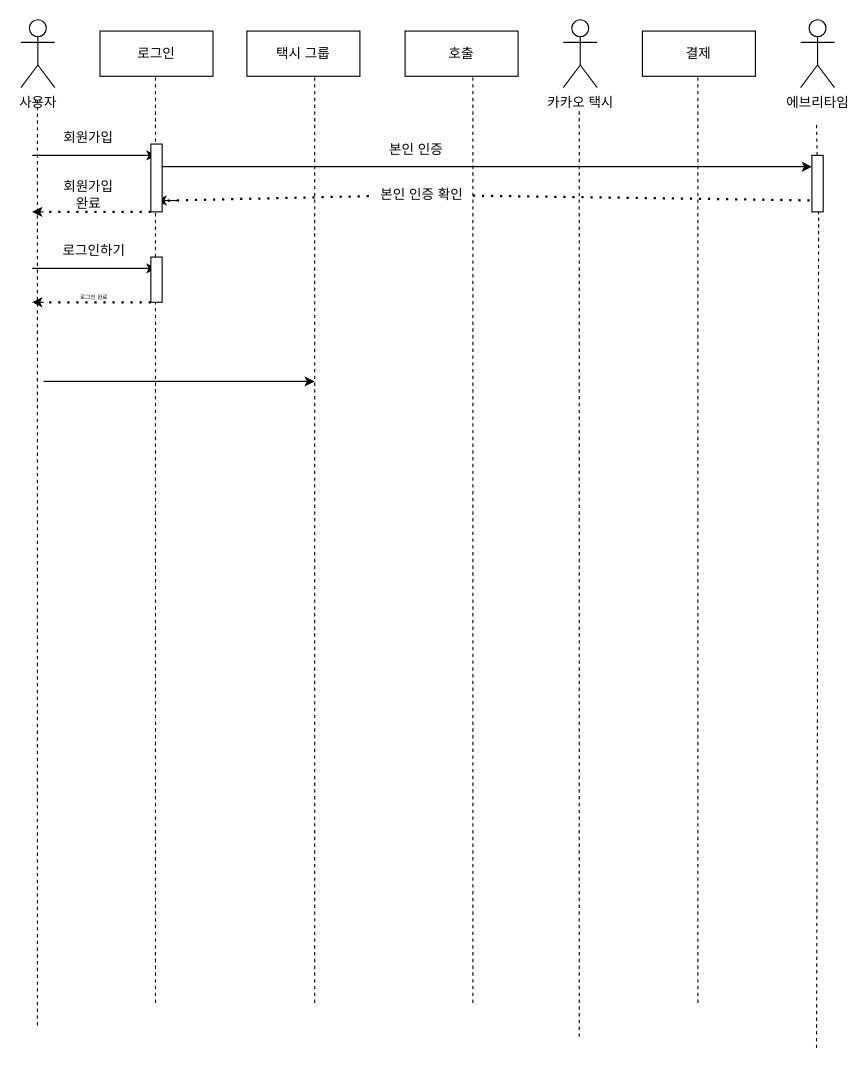
Above: 시퀀스 다이어그램.drawio in 0abcde0/Git-Tutorial (draw.io), before the change. Source tidied: cells renumbered, new cells numbered last; positions are measured from the earlier drawing's top-left corner, leaving out a move shared by most shapes. Both pictures are drawn from the tidied source at 113%, with x=0, y=0 at pixel (20, 19).
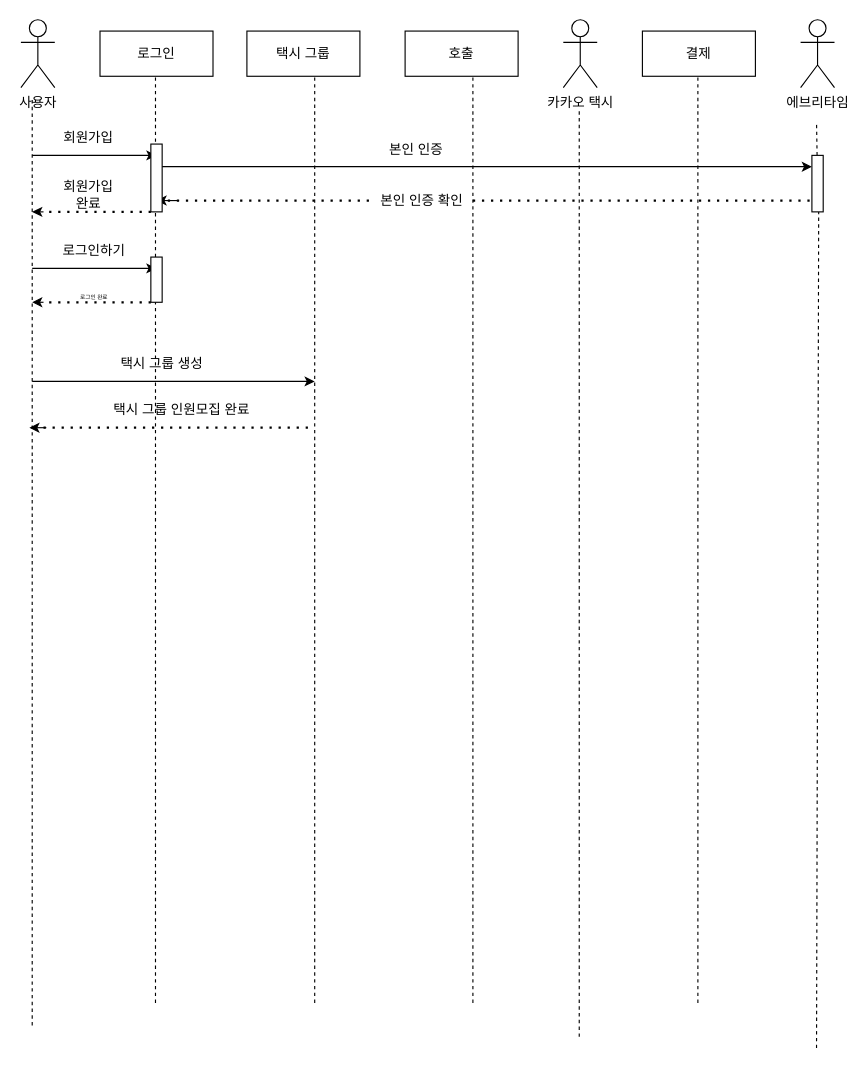
The same diagram, later.

Commit message (it also covers changes not shown here):
시퀀스 다이어그램.drawio 업데이트

What changed in the source:
```diff
@@
     <mxCell id="15" style="endArrow=none;dashed=1;html=1;rounded=0;entryX=0.6;entryY=1;entryDx=0;entryDy=0;entryPerimeter=0;" parent="1" edge="1">
       <mxGeometry relative="1" as="geometry">
-        <mxPoint x="14.6" y="890" as="sourcePoint" />
-        <mxPoint x="14.6" y="70" as="targetPoint" />
+        <mxPoint x="10" y="890" as="sourcePoint" />
+        <mxPoint x="10" y="70" as="targetPoint" />
       </mxGeometry>
     </mxCell>
@@
     <mxCell id="23" value="본인 인증 확인" style="text;html=1;strokeColor=none;fillColor=none;align=center;verticalAlign=middle;whiteSpace=wrap;rounded=0;" parent="1" vertex="1">
-      <mxGeometry x="310" y="140" width="90" height="30" as="geometry" />
+      <mxGeometry x="310" y="150" width="90" height="20" as="geometry" />
     </mxCell>
@@
     <mxCell id="36" style="endArrow=classic;html=1;rounded=0;" parent="1" edge="1">
       <mxGeometry relative="1" as="geometry">
-        <mxPoint x="20" y="320" as="sourcePoint" />
+        <mxPoint x="10" y="320" as="sourcePoint" />
         <mxPoint x="260" y="320" as="targetPoint" />
       </mxGeometry>
     </mxCell>
+    <mxCell id="37" value="택시 그룹 생성" style="text;html=1;strokeColor=none;fillColor=none;align=center;verticalAlign=middle;whiteSpace=wrap;rounded=0;" parent="1" vertex="1">
+      <mxGeometry x="80" y="290" width="90" height="30" as="geometry" />
+    </mxCell>
+    <mxCell id="38" style="endArrow=none;dashed=1;html=1;dashPattern=1 3;strokeWidth=2;rounded=0;" parent="1" edge="1">
+      <mxGeometry relative="1" as="geometry">
+        <mxPoint x="20" y="361" as="sourcePoint" />
+        <mxPoint x="260" y="361" as="targetPoint" />
+      </mxGeometry>
+    </mxCell>
+    <mxCell id="39" style="endArrow=classic;html=1;rounded=0;" parent="1" edge="1">
+      <mxGeometry relative="1" as="geometry">
+        <mxPoint x="22.5" y="361" as="sourcePoint" />
+        <mxPoint x="7.5" y="361" as="targetPoint" />
+      </mxGeometry>
+    </mxCell>
+    <mxCell id="40" value="택시 그룹 인원모집 완료" style="text;html=1;strokeColor=none;fillColor=none;align=center;verticalAlign=middle;whiteSpace=wrap;rounded=0;" parent="1" vertex="1">
+      <mxGeometry x="65" y="330" width="155" height="30" as="geometry" />
+    </mxCell>
```
